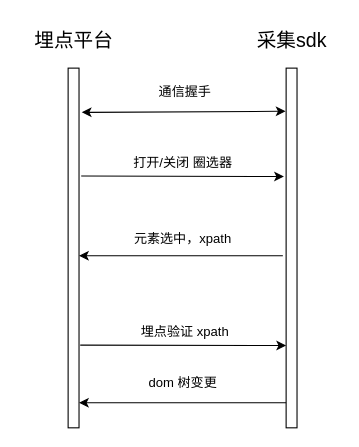
The draw.io diagram 未命名绘图.drawio in yuzai/-, before the edit. Source tidied: cells renumbered, new cells numbered last; positions are measured from the earlier drawing's top-left corner, leaving out a move shared by most shapes. Both pictures are drawn from the tidied source at 109%, with x=0, y=0 at pixel (19, 19).
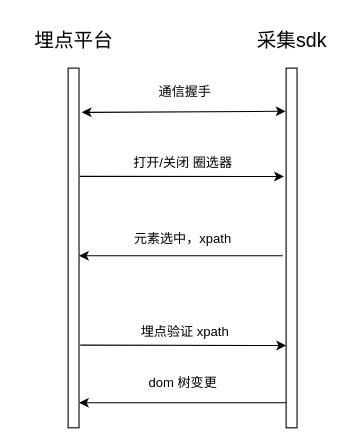
Above is the later version.

Commit message:
可视化埋点.drawio

Unchanged cells that the change refers to:
```xml
<mxCell id="2" style="html=1;points=[];perimeter=orthogonalPerimeter;" parent="1" vertex="1">
  <mxGeometry x="45" y="45" width="10" height="330" as="geometry" />
</mxCell>
```

Diff of the diagram source:
```diff
@@
-    <mxCell id="6" style="endArrow=classic;html=1;rounded=0;fontSize=18;exitX=1.2;exitY=0.133;exitDx=0;exitDy=0;exitPerimeter=0;entryX=-0.2;entryY=0.135;entryDx=0;entryDy=0;entryPerimeter=0;" parent="1" edge="1">
+    <mxCell id="6" style="endArrow=classic;html=1;rounded=0;fontSize=18;exitX=1.067;exitY=0.301;exitDx=0;exitDy=0;exitPerimeter=0;entryX=-0.2;entryY=0.135;entryDx=0;entryDy=0;entryPerimeter=0;" parent="1" edge="1" source="2">
       <mxGeometry relative="1" as="geometry">
-        <mxPoint x="57" y="143.9" as="sourcePoint" />
         <mxPoint x="243" y="144.5" as="targetPoint" />
       </mxGeometry>
     </mxCell>
```
